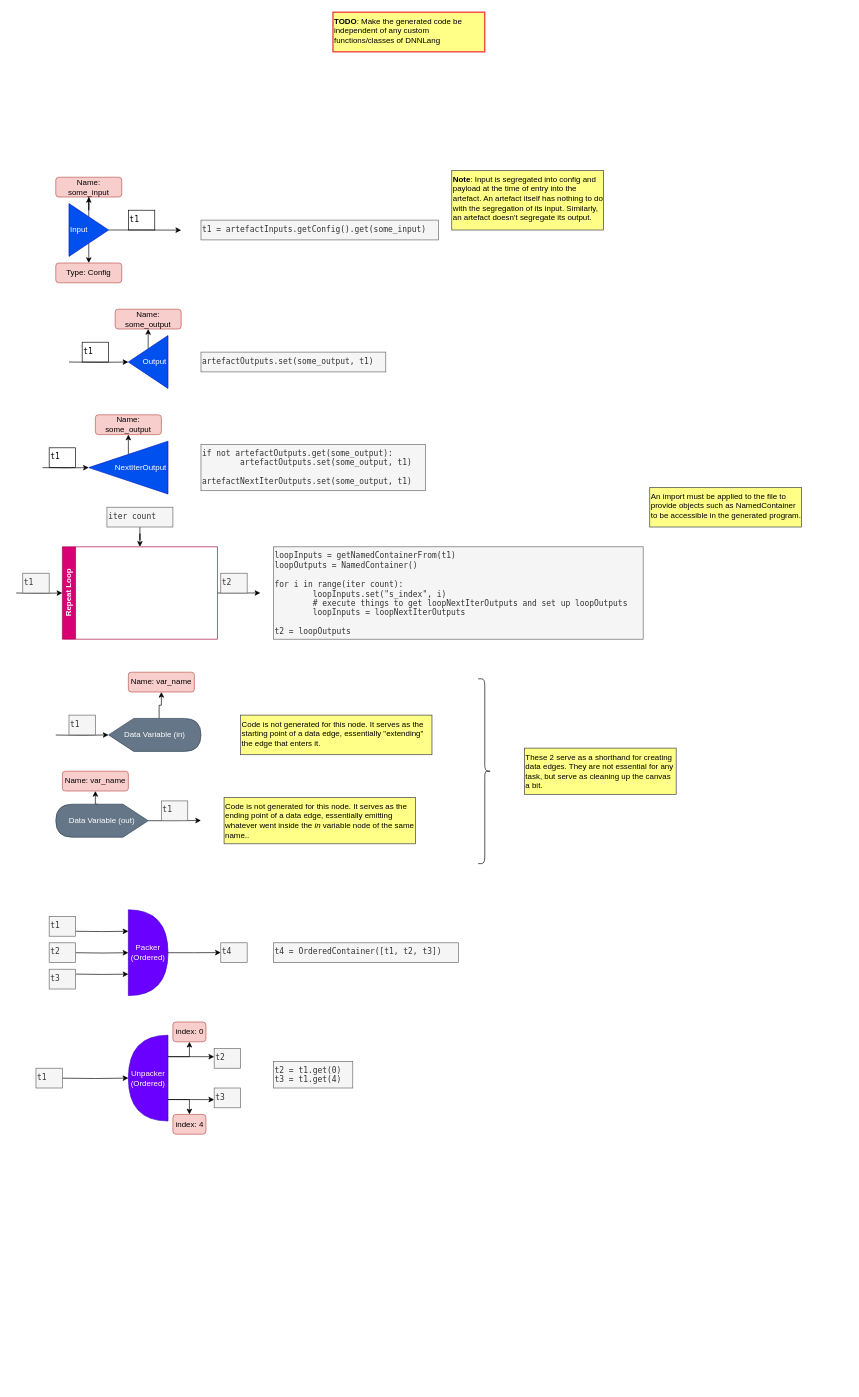
Before: New Language Examples/Basic Node Usage.drawio in rohan843/dnncase, a draw.io diagram. Source tidied: cells renumbered, new cells numbered last; positions are measured from the earlier drawing's top-left corner, leaving out a move shared by most shapes. Both pictures are drawn from the tidied source at 66%, with x=0, y=0 at pixel (16, 12).
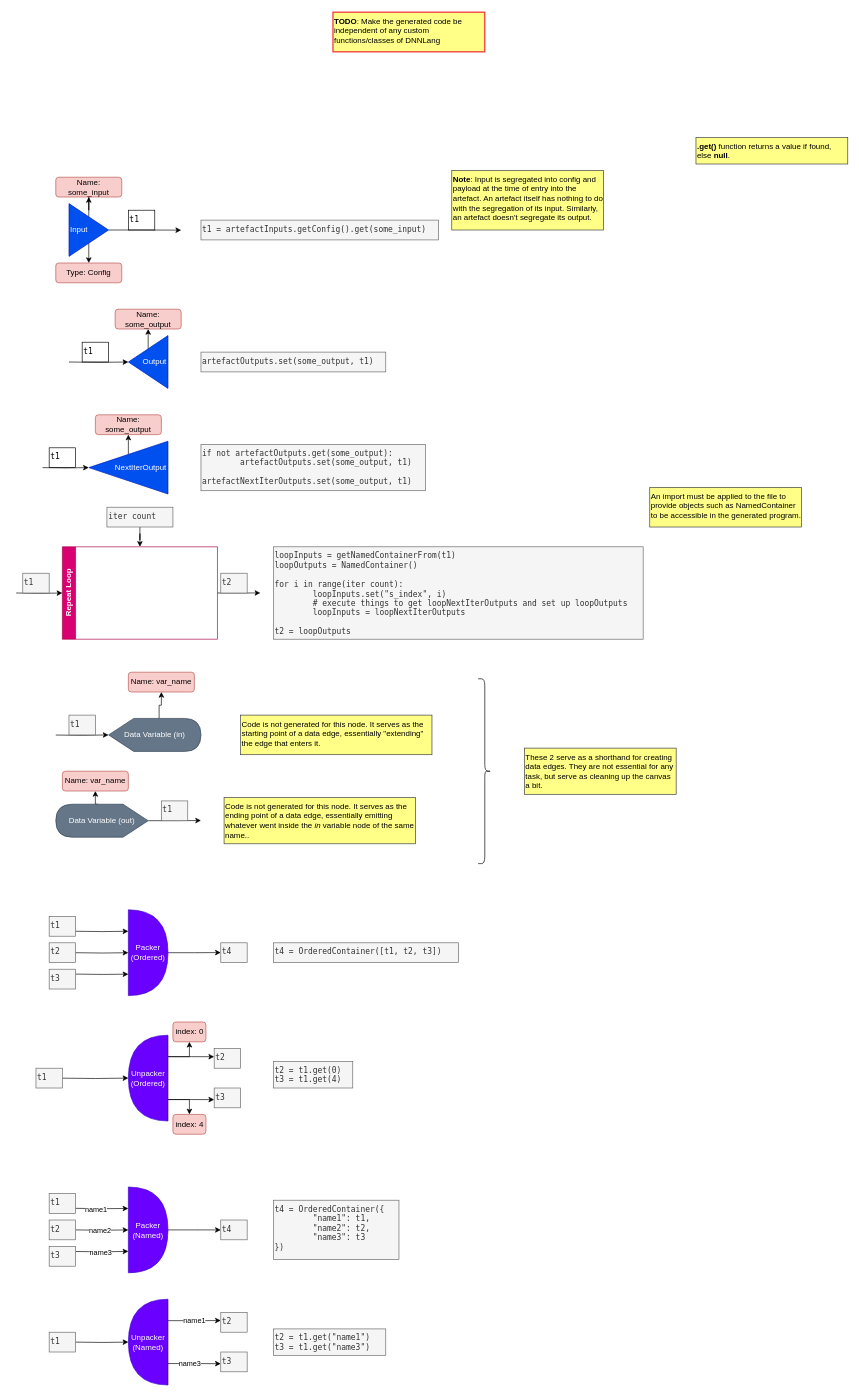
Above is the later version.

Commit message:
doc: finish named packer-unpacker description

What changed in the source:
```diff
@@
+    <mxCell id="69" style="edgeStyle=orthogonalEdgeStyle;rounded=0;jettySize=auto;html=1;exitX=0;exitY=0.25;exitDx=0;exitDy=0;exitPerimeter=0;entryX=0;entryY=0.25;entryDx=0;entryDy=0;entryPerimeter=0;" parent="1" edge="1" target="76">
+      <mxGeometry relative="1" as="geometry">
+        <mxPoint x="90" y="1812.3" as="sourcePoint" />
+      </mxGeometry>
+    </mxCell>
+    <mxCell id="70" value="name1" style="edgeLabel;html=1;align=center;verticalAlign=middle;" parent="69" vertex="1">
+      <mxGeometry x="-0.22" y="-1" relative="1" as="geometry" />
+    </mxCell>
+    <mxCell id="71" style="edgeStyle=orthogonalEdgeStyle;rounded=0;jettySize=auto;html=1;exitX=0;exitY=0.5;exitDx=0;exitDy=0;exitPerimeter=0;entryX=0;entryY=0.5;entryDx=0;entryDy=0;entryPerimeter=0;" parent="1" edge="1" target="76">
+      <mxGeometry relative="1" as="geometry">
+        <mxPoint x="90" y="1845" as="sourcePoint" />
+      </mxGeometry>
+    </mxCell>
+    <mxCell id="72" value="name2" style="edgeLabel;html=1;align=center;verticalAlign=middle;" parent="71" vertex="1">
+      <mxGeometry x="-0.07" relative="1" as="geometry" />
+    </mxCell>
+    <mxCell id="73" style="edgeStyle=orthogonalEdgeStyle;rounded=0;jettySize=auto;html=1;exitX=0;exitY=0.75;exitDx=0;exitDy=0;exitPerimeter=0;entryX=0;entryY=0.75;entryDx=0;entryDy=0;entryPerimeter=0;" parent="1" edge="1" target="76">
+      <mxGeometry relative="1" as="geometry">
+        <mxPoint x="90" y="1877.7" as="sourcePoint" />
+      </mxGeometry>
+    </mxCell>
+    <mxCell id="74" value="name3" style="edgeLabel;html=1;align=center;verticalAlign=middle;" parent="73" vertex="1">
+      <mxGeometry x="-0.07" relative="1" as="geometry" />
+    </mxCell>
+    <mxCell id="75" style="edgeStyle=orthogonalEdgeStyle;rounded=0;jettySize=auto;html=1;exitX=1;exitY=0.5;exitDx=0;exitDy=0;exitPerimeter=0;" parent="1" edge="1" source="76">
+      <mxGeometry relative="1" as="geometry">
+        <mxPoint x="310" y="1845" as="targetPoint" />
+      </mxGeometry>
+    </mxCell>
+    <mxCell id="76" value="Packer&lt;br&gt;(Named)" style="shape=or;whiteSpace=wrap;html=1;fillColor=#6a00ff;fontColor=#ffffff;strokeColor=#3700CC;" parent="1" vertex="1">
+      <mxGeometry x="170" y="1780" width="60" height="130" as="geometry" />
+    </mxCell>
+    <mxCell id="77" style="edgeStyle=orthogonalEdgeStyle;rounded=0;jettySize=auto;html=1;exitX=1;exitY=0.5;exitDx=0;exitDy=0;exitPerimeter=0;entryX=1;entryY=0.5;entryDx=0;entryDy=0;entryPerimeter=0;" parent="1" edge="1" target="82">
+      <mxGeometry relative="1" as="geometry">
+        <mxPoint x="90" y="2015" as="sourcePoint" />
+      </mxGeometry>
+    </mxCell>
+    <mxCell id="78" style="edgeStyle=orthogonalEdgeStyle;rounded=0;jettySize=auto;html=1;exitX=0;exitY=0.75;exitDx=0;exitDy=0;exitPerimeter=0;" parent="1" edge="1" source="82">
+      <mxGeometry relative="1" as="geometry">
+        <mxPoint x="310" y="1982.3" as="targetPoint" />
+      </mxGeometry>
+    </mxCell>
+    <mxCell id="79" value="name1" style="edgeLabel;html=1;align=center;verticalAlign=middle;" parent="78" vertex="1">
+      <mxGeometry x="-0.03" y="1" relative="1" as="geometry" />
+    </mxCell>
+    <mxCell id="80" style="edgeStyle=orthogonalEdgeStyle;rounded=0;jettySize=auto;html=1;exitX=0;exitY=0.25;exitDx=0;exitDy=0;exitPerimeter=0;" parent="1" edge="1" source="82">
+      <mxGeometry relative="1" as="geometry">
+        <mxPoint x="310" y="2047.7" as="targetPoint" />
+      </mxGeometry>
+    </mxCell>
+    <mxCell id="81" value="name3" style="edgeLabel;html=1;align=center;verticalAlign=middle;" parent="80" vertex="1">
+      <mxGeometry x="-0.21" relative="1" as="geometry" />
+    </mxCell>
+    <mxCell id="82" value="Unpacker&lt;br&gt;(Named)" style="shape=or;whiteSpace=wrap;html=1;fillColor=#6a00ff;fontColor=#ffffff;strokeColor=#3700CC;direction=west;" parent="1" vertex="1">
+      <mxGeometry x="170" y="1950" width="60" height="130" as="geometry" />
+    </mxCell>
+    <mxCell id="83" value="t4" style="text;html=1;align=left;verticalAlign=top;whiteSpace=wrap;rounded=0;fontFamily=Lucida Console;fillColor=#f5f5f5;fontColor=#333333;strokeColor=#666666;" parent="1" vertex="1">
+      <mxGeometry x="310" y="1830" width="40" height="30" as="geometry" />
+    </mxCell>
+    <mxCell id="84" value="t1" style="text;html=1;align=left;verticalAlign=top;whiteSpace=wrap;rounded=0;fontFamily=Lucida Console;fillColor=#f5f5f5;fontColor=#333333;strokeColor=#666666;" parent="1" vertex="1">
+      <mxGeometry x="50" y="1790" width="40" height="30" as="geometry" />
+    </mxCell>
+    <mxCell id="85" value="t2" style="text;html=1;align=left;verticalAlign=top;whiteSpace=wrap;rounded=0;fontFamily=Lucida Console;fillColor=#f5f5f5;fontColor=#333333;strokeColor=#666666;" parent="1" vertex="1">
+      <mxGeometry x="50" y="1830" width="40" height="30" as="geometry" />
+    </mxCell>
+    <mxCell id="86" value="t3" style="text;html=1;align=left;verticalAlign=top;whiteSpace=wrap;rounded=0;fontFamily=Lucida Console;fillColor=#f5f5f5;fontColor=#333333;strokeColor=#666666;" parent="1" vertex="1">
+      <mxGeometry x="50" y="1870" width="40" height="30" as="geometry" />
+    </mxCell>
+    <mxCell id="87" value="t1" style="text;html=1;align=left;verticalAlign=top;whiteSpace=wrap;rounded=0;fontFamily=Lucida Console;fillColor=#f5f5f5;fontColor=#333333;strokeColor=#666666;" parent="1" vertex="1">
+      <mxGeometry x="50" y="2000" width="40" height="30" as="geometry" />
+    </mxCell>
+    <mxCell id="88" value="t2" style="text;html=1;align=left;verticalAlign=top;whiteSpace=wrap;rounded=0;fontFamily=Lucida Console;fillColor=#f5f5f5;fontColor=#333333;strokeColor=#666666;" parent="1" vertex="1">
+      <mxGeometry x="310" y="1970" width="40" height="30" as="geometry" />
+    </mxCell>
+    <mxCell id="89" value="t3" style="text;html=1;align=left;verticalAlign=top;whiteSpace=wrap;rounded=0;fontFamily=Lucida Console;fillColor=#f5f5f5;fontColor=#333333;strokeColor=#666666;" parent="1" vertex="1">
+      <mxGeometry x="310" y="2030" width="40" height="30" as="geometry" />
+    </mxCell>
+    <mxCell id="90" value="t2 = t1.get(&quot;name1&quot;)&lt;br&gt;t3 = t1.get(&quot;name3&quot;)" style="text;html=1;align=left;verticalAlign=top;whiteSpace=wrap;rounded=0;fontFamily=Lucida Console;fillColor=#f5f5f5;fontColor=#333333;strokeColor=#666666;" parent="1" vertex="1">
+      <mxGeometry x="390" y="1995" width="170" height="40" as="geometry" />
+    </mxCell>
+    <mxCell id="91" value="t4 = OrderedContainer({&lt;br&gt;&lt;span style=&quot;white-space: pre;&quot;&gt;&#9;&lt;/span&gt;&quot;name1&quot;: t1, &lt;br&gt;&lt;span style=&quot;white-space: pre;&quot;&gt;&#9;&lt;/span&gt;&quot;name2&quot;: t2, &lt;br&gt;&lt;span style=&quot;white-space: pre;&quot;&gt;&#9;&lt;/span&gt;&quot;name3&quot;: t3&lt;br&gt;})" style="text;html=1;align=left;verticalAlign=top;whiteSpace=wrap;rounded=0;fontFamily=Lucida Console;fillColor=#f5f5f5;fontColor=#333333;strokeColor=#666666;" parent="1" vertex="1">
+      <mxGeometry x="390" y="1800" width="190" height="90" as="geometry" />
+    </mxCell>
+    <mxCell id="92" value="&lt;b&gt;.get() &lt;/b&gt;function returns a value if found, else &lt;b&gt;null&lt;/b&gt;." style="text;html=1;strokeColor=#36393d;fillColor=#ffff88;align=left;verticalAlign=top;whiteSpace=wrap;rounded=0;fixedWidth=1;" parent="1" vertex="1">
+      <mxGeometry x="1030" y="190" width="230" height="40" as="geometry" />
+    </mxCell>
```
